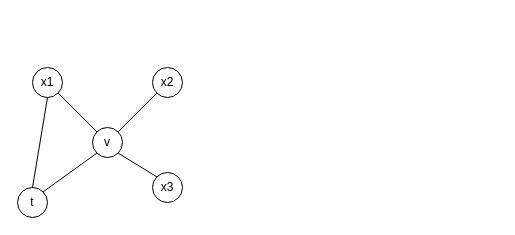
Above: rl based embeddings.drawio in zjtone/RL-Note (draw.io), before the change. Source tidied: cells renumbered, new cells numbered last; positions are measured from the earlier drawing's top-left corner, leaving out a move shared by most shapes. Both pictures are drawn from the tidied source at 100%, with x=0, y=0 at pixel (17, 67).
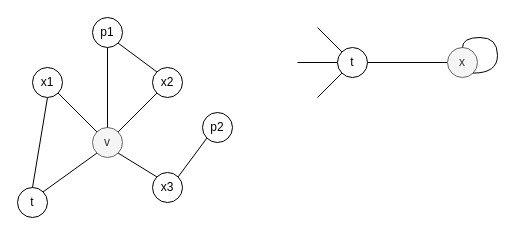
After the change.

The change refers to these unchanged cells:
```xml
<mxCell id="7" value="x3" style="ellipse;whiteSpace=wrap;html=1;" parent="1" vertex="1">
  <mxGeometry x="135" y="105" width="30" height="30" as="geometry" />
</mxCell>
<mxCell id="8" value="x2" style="ellipse;whiteSpace=wrap;html=1;" parent="1" vertex="1">
  <mxGeometry x="135" width="30" height="30" as="geometry" />
</mxCell>
```

What changed in the source:
```diff
@@
-    <mxCell id="4" value="v" style="ellipse;whiteSpace=wrap;html=1;" parent="1" vertex="1">
+    <mxCell id="4" value="v" style="ellipse;whiteSpace=wrap;html=1;fillColor=#f5f5f5;strokeColor=#666666;fontColor=#333333;" parent="1" vertex="1">
       <mxGeometry x="75" y="60" width="30" height="30" as="geometry" />
     </mxCell>
@@
+    <mxCell id="12" style="edgeStyle=none;rounded=0;jettySize=auto;html=1;exitX=1;exitY=0;exitDx=0;exitDy=0;entryX=0;entryY=1;entryDx=0;entryDy=0;endArrow=none;endFill=0;" parent="1" edge="1" source="7" target="16">
+      <mxGeometry relative="1" as="geometry" />
+    </mxCell>
@@
+    <mxCell id="13" style="edgeStyle=none;rounded=0;jettySize=auto;html=1;exitX=0;exitY=0;exitDx=0;exitDy=0;entryX=1;entryY=1;entryDx=0;entryDy=0;endArrow=none;endFill=0;" parent="1" edge="1" source="8" target="15">
+      <mxGeometry relative="1" as="geometry" />
+    </mxCell>
@@
+    <mxCell id="14" style="edgeStyle=none;rounded=0;jettySize=auto;html=1;exitX=0.5;exitY=1;exitDx=0;exitDy=0;entryX=0.5;entryY=0;entryDx=0;entryDy=0;endArrow=none;endFill=0;" parent="1" edge="1" source="15" target="4">
+      <mxGeometry relative="1" as="geometry" />
+    </mxCell>
+    <mxCell id="15" value="p1" style="ellipse;whiteSpace=wrap;html=1;" parent="1" vertex="1">
+      <mxGeometry x="75" y="-50" width="30" height="30" as="geometry" />
+    </mxCell>
+    <mxCell id="16" value="p2" style="ellipse;whiteSpace=wrap;html=1;" parent="1" vertex="1">
+      <mxGeometry x="185" y="45" width="30" height="30" as="geometry" />
+    </mxCell>
+    <mxCell id="17" style="edgeStyle=none;rounded=0;jettySize=auto;html=1;endArrow=none;endFill=0;" parent="1" edge="1" source="21" target="22">
+      <mxGeometry relative="1" as="geometry" />
+    </mxCell>
+    <mxCell id="18" style="edgeStyle=none;rounded=0;jettySize=auto;html=1;exitX=0;exitY=0;exitDx=0;exitDy=0;endArrow=none;endFill=0;" parent="1" edge="1" source="21">
+      <mxGeometry relative="1" as="geometry">
+        <mxPoint x="300" y="-40" as="targetPoint" />
+      </mxGeometry>
+    </mxCell>
+    <mxCell id="19" style="edgeStyle=none;rounded=0;jettySize=auto;html=1;exitX=0;exitY=0.5;exitDx=0;exitDy=0;endArrow=none;endFill=0;" parent="1" edge="1" source="21">
+      <mxGeometry relative="1" as="geometry">
+        <mxPoint x="280" y="-5" as="targetPoint" />
+      </mxGeometry>
+    </mxCell>
+    <mxCell id="20" style="edgeStyle=none;rounded=0;jettySize=auto;html=1;exitX=0;exitY=1;exitDx=0;exitDy=0;endArrow=none;endFill=0;" parent="1" edge="1" source="21">
+      <mxGeometry relative="1" as="geometry">
+        <mxPoint x="300" y="30" as="targetPoint" />
+      </mxGeometry>
+    </mxCell>
+    <mxCell id="21" value="t" style="ellipse;whiteSpace=wrap;html=1;" parent="1" vertex="1">
+      <mxGeometry x="320" y="-20" width="30" height="30" as="geometry" />
+    </mxCell>
+    <mxCell id="22" value="x" style="ellipse;whiteSpace=wrap;html=1;fillColor=#f5f5f5;strokeColor=#666666;fontColor=#333333;" parent="1" vertex="1">
+      <mxGeometry x="430" y="-20" width="30" height="30" as="geometry" />
+    </mxCell>
+    <mxCell id="23" style="edgeStyle=orthogonalEdgeStyle;curved=1;rounded=0;orthogonalLoop=1;jettySize=auto;html=1;exitX=1;exitY=1;exitDx=0;exitDy=0;entryX=0.5;entryY=0;entryDx=0;entryDy=0;endArrow=none;endFill=0;" parent="1" edge="1" source="22" target="22">
+      <mxGeometry relative="1" as="geometry">
+        <Array as="points">
+          <mxPoint x="480" y="6" />
+          <mxPoint x="480" y="-30" />
+          <mxPoint x="445" y="-30" />
+        </Array>
+      </mxGeometry>
+    </mxCell>
```
